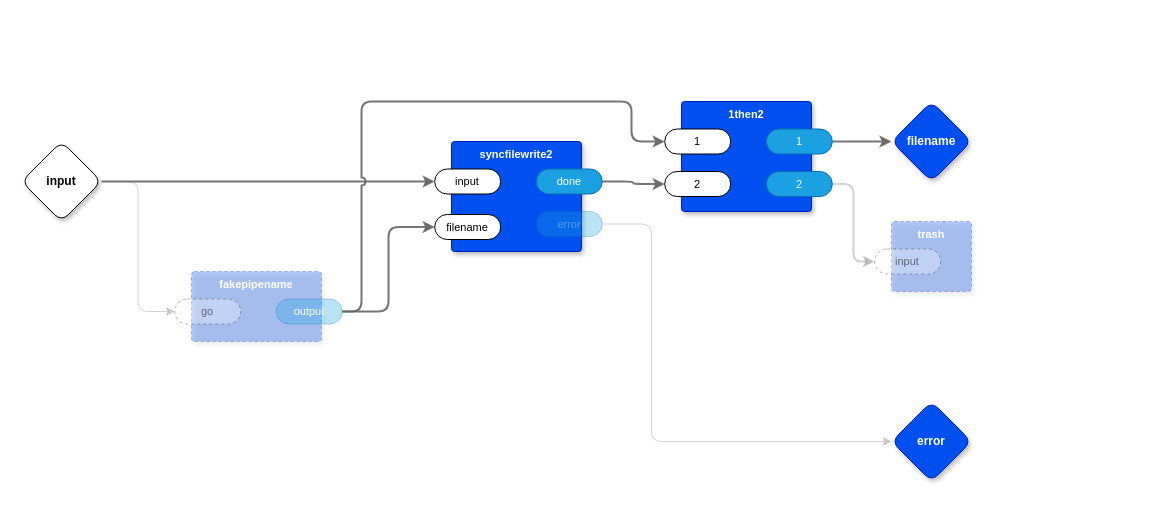
guitarvydas/transpiler keeps this draw.io diagram as page "fakepipe" (7 of 7) of prolog/test.drawio. Above is the earlier version. Source tidied: cells renumbered, new cells numbered last; positions are measured from the earlier drawing's top-left corner, leaving out a move shared by most shapes. Both pictures are drawn from the tidied source at 100%, with x=0, y=0 at pixel (21, 101).
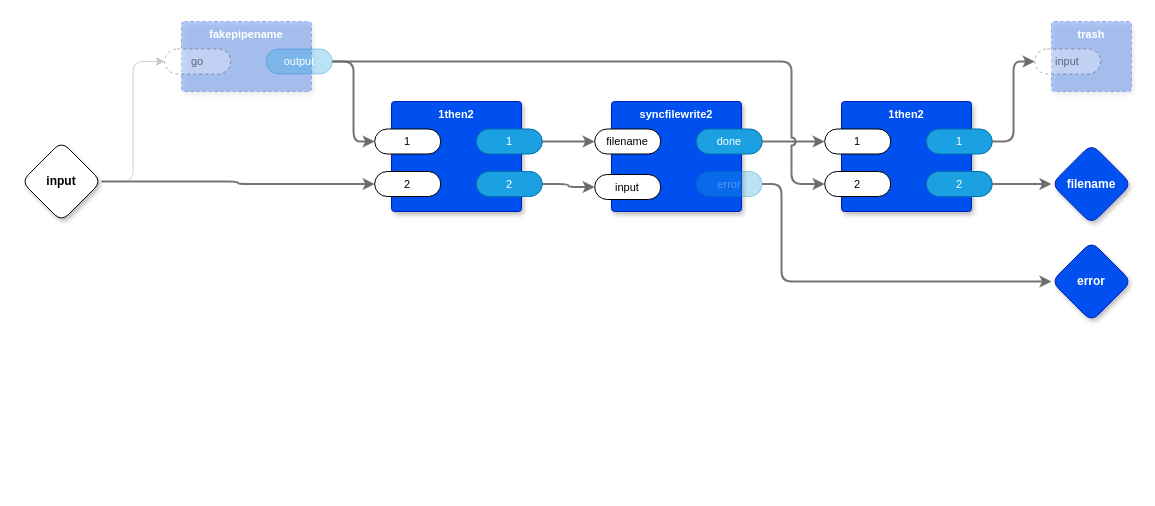
The same diagram, later.

Unchanged cells that the change refers to:
```xml
<mxCell id="4" value="error" style="rounded=1;whiteSpace=wrap;html=1;sketch=0;points=[[0,0.5,0,0,0],[1,0.5,0,0,0]];fillColor=#1ba1e2;fontColor=#ffffff;strokeColor=#006EAF;arcSize=50;fontFamily=Helvetica;fontSize=11;textOpacity=30;opacity=30;" parent="2" vertex="1">
  <mxGeometry x="84.8" y="70" width="66" height="25" as="geometry" />
</mxCell>
<mxCell id="6" value="done" style="rounded=1;whiteSpace=wrap;html=1;sketch=0;points=[[0,0.5,0,0,0],[1,0.5,0,0,0]];fillColor=#1ba1e2;fontColor=#ffffff;strokeColor=#006EAF;arcSize=50;fontFamily=Helvetica;fontSize=11;" parent="2" vertex="1">
  <mxGeometry x="84.8" y="27.5" width="66" height="25" as="geometry" />
</mxCell>
<mxCell id="9" value="output" style="rounded=1;whiteSpace=wrap;html=1;sketch=0;points=[[0,0.5,0,0,0],[1,0.5,0,0,0]];fillColor=#1ba1e2;fontColor=#ffffff;strokeColor=#006EAF;arcSize=50;fontFamily=Helvetica;fontSize=11;opacity=30;" parent="7" vertex="1">
  <mxGeometry x="84.8" y="27.5" width="66" height="25" as="geometry" />
</mxCell>
<mxCell id="13" value="input" style="rhombus;whiteSpace=wrap;html=1;rounded=1;fontStyle=1;glass=0;sketch=0;fontSize=12;points=[[0,0.5,0,0,0],[0.5,0,0,0,0],[0.5,1,0,0,0],[1,0.5,0,0,0]];shadow=1;fontFamily=Helvetica;fontColor=default;" parent="1" vertex="1">
  <mxGeometry y="40" width="80" height="80" as="geometry" />
</mxCell>
<mxCell id="18" value="1" style="rounded=1;whiteSpace=wrap;html=1;sketch=0;points=[[0,0.5,0,0,0],[1,0.5,0,0,0]];arcSize=50;fontFamily=Helvetica;fontSize=11;fontColor=default;" parent="17" vertex="1">
  <mxGeometry x="-16.8" y="27.5" width="66" height="25" as="geometry" />
</mxCell>
<mxCell id="19" value="1" style="rounded=1;whiteSpace=wrap;html=1;sketch=0;points=[[0,0.5,0,0,0],[1,0.5,0,0,0]];fillColor=#1ba1e2;fontColor=#ffffff;strokeColor=#006EAF;arcSize=50;fontFamily=Helvetica;fontSize=11;" parent="17" vertex="1">
  <mxGeometry x="84.8" y="27.5" width="66" height="25" as="geometry" />
</mxCell>
<mxCell id="20" value="2" style="rounded=1;whiteSpace=wrap;html=1;sketch=0;points=[[0,0.5,0,0,0],[1,0.5,0,0,0]];fillColor=#1ba1e2;fontColor=#ffffff;strokeColor=#006EAF;arcSize=50;fontFamily=Helvetica;fontSize=11;" parent="17" vertex="1">
  <mxGeometry x="84.8" y="70" width="66" height="25" as="geometry" />
</mxCell>
<mxCell id="21" value="2" style="rounded=1;whiteSpace=wrap;html=1;sketch=0;points=[[0,0.5,0,0,0],[1,0.5,0,0,0]];arcSize=50;fontFamily=Helvetica;fontSize=11;fontColor=default;" parent="17" vertex="1">
  <mxGeometry x="-16.8" y="70" width="66" height="25" as="geometry" />
</mxCell>
<mxCell id="26" value="input" style="rounded=1;whiteSpace=wrap;html=1;sketch=0;points=[[0,0.5,0,0,0],[1,0.5,0,0,0]];arcSize=50;fontFamily=Helvetica;fontSize=11;fontColor=default;dashed=1;textOpacity=50;opacity=30;" parent="25" vertex="1">
  <mxGeometry x="-16.8" y="27.5" width="66" height="25" as="geometry" />
</mxCell>
```

Change to the diagram source:
```diff
@@
     <mxCell id="2" value="syncfilewrite2" style="rounded=1;whiteSpace=wrap;html=1;sketch=0;verticalAlign=top;arcSize=6;fontStyle=1;absoluteArcSize=1;shadow=1;strokeColor=#001DBC;fillColor=#0050ef;fontColor=#ffffff;fontFamily=Helvetica;fontSize=11;" parent="1" vertex="1">
-      <mxGeometry x="430" y="40" width="130" height="110" as="geometry" />
+      <mxGeometry x="590" width="130" height="110" as="geometry" />
     </mxCell>
-    <mxCell id="3" value="input" style="rounded=1;whiteSpace=wrap;html=1;sketch=0;points=[[0,0.5,0,0,0],[1,0.5,0,0,0]];arcSize=50;fontFamily=Helvetica;fontSize=11;fontColor=default;" parent="2" vertex="1">
+    <mxCell id="3" value="filename" style="rounded=1;whiteSpace=wrap;html=1;sketch=0;points=[[0,0.5,0,0,0],[1,0.5,0,0,0]];arcSize=50;fontFamily=Helvetica;fontSize=11;fontColor=default;" parent="2" vertex="1">
       <mxGeometry x="-16.8" y="27.5" width="66" height="25" as="geometry" />
     </mxCell>
@@
-    <mxCell id="5" value="filename" style="rounded=1;whiteSpace=wrap;html=1;sketch=0;points=[[0,0.5,0,0,0],[1,0.5,0,0,0]];arcSize=50;fontFamily=Helvetica;fontSize=11;fontColor=default;" parent="2" vertex="1">
+    <mxCell id="5" value="input" style="rounded=1;whiteSpace=wrap;html=1;sketch=0;points=[[0,0.5,0,0,0],[1,0.5,0,0,0]];arcSize=50;fontFamily=Helvetica;fontSize=11;fontColor=default;" parent="2" vertex="1">
       <mxGeometry x="-16.8" y="73" width="66" height="25" as="geometry" />
     </mxCell>
@@
     <mxCell id="7" value="fakepipename" style="rounded=1;whiteSpace=wrap;html=1;sketch=0;verticalAlign=top;arcSize=6;fontStyle=1;absoluteArcSize=1;shadow=1;strokeColor=#001DBC;fillColor=#0050ef;fontColor=#ffffff;fontFamily=Helvetica;fontSize=11;dashed=1;opacity=30;" parent="1" vertex="1">
-      <mxGeometry x="170" y="170" width="130" height="70" as="geometry" />
+      <mxGeometry x="160" y="-80" width="130" height="70" as="geometry" />
     </mxCell>
@@
-    <mxCell id="10" style="edgeStyle=orthogonalEdgeStyle;shape=connector;rounded=1;jumpStyle=arc;jettySize=auto;html=1;exitX=1;exitY=0.5;exitDx=0;exitDy=0;exitPerimeter=0;entryX=0;entryY=0.5;entryDx=0;entryDy=0;entryPerimeter=0;labelBackgroundColor=default;strokeColor=#666666;strokeWidth=2;fontFamily=Helvetica;fontSize=11;fontColor=default;endArrow=classic;fillColor=#f5f5f5;opacity=90;" parent="1" edge="1" source="9" target="5">
-      <mxGeometry relative="1" as="geometry" />
-    </mxCell>
-    <mxCell id="11" style="edgeStyle=orthogonalEdgeStyle;shape=connector;rounded=1;jumpStyle=arc;jettySize=auto;html=1;exitX=1;exitY=0.5;exitDx=0;exitDy=0;exitPerimeter=0;entryX=0;entryY=0.5;entryDx=0;entryDy=0;entryPerimeter=0;labelBackgroundColor=default;strokeColor=#666666;strokeWidth=2;fontFamily=Helvetica;fontSize=11;fontColor=default;endArrow=classic;fillColor=#f5f5f5;opacity=90;" parent="1" edge="1" source="13" target="3">
-      <mxGeometry relative="1" as="geometry" />
-    </mxCell>
@@
+    <mxCell id="28" style="edgeStyle=orthogonalEdgeStyle;shape=connector;rounded=1;jumpStyle=arc;jettySize=auto;html=1;exitX=1;exitY=0.5;exitDx=0;exitDy=0;exitPerimeter=0;labelBackgroundColor=default;strokeColor=#666666;strokeWidth=2;fontFamily=Helvetica;fontSize=11;fontColor=default;endArrow=classic;fillColor=#f5f5f5;opacity=90;" parent="1" edge="1" source="13" target="21">
+      <mxGeometry relative="1" as="geometry" />
+    </mxCell>
@@
     <mxCell id="14" value="filename" style="rhombus;whiteSpace=wrap;html=1;rounded=1;fillColor=#0050ef;fontColor=#ffffff;strokeColor=#001DBC;fontStyle=1;glass=0;sketch=0;fontSize=12;points=[[0,0.5,0,0,0],[0.5,0,0,0,0],[0.5,1,0,0,0],[1,0.5,0,0,0]];shadow=1;fontFamily=Helvetica;" parent="1" vertex="1">
-      <mxGeometry x="870" width="80" height="80" as="geometry" />
+      <mxGeometry x="1030" y="42.5" width="80" height="80" as="geometry" />
     </mxCell>
     <mxCell id="15" value="error" style="rhombus;whiteSpace=wrap;html=1;rounded=1;fillColor=#0050ef;fontColor=#ffffff;strokeColor=#001DBC;fontStyle=1;glass=0;sketch=0;fontSize=12;points=[[0,0.5,0,0,0],[0.5,0,0,0,0],[0.5,1,0,0,0],[1,0.5,0,0,0]];shadow=1;fontFamily=Helvetica;" parent="1" vertex="1">
-      <mxGeometry x="870" y="300" width="80" height="80" as="geometry" />
+      <mxGeometry x="1030" y="140" width="80" height="80" as="geometry" />
     </mxCell>
-    <mxCell id="16" style="edgeStyle=orthogonalEdgeStyle;shape=connector;rounded=1;jumpStyle=arc;jettySize=auto;html=1;exitX=1;exitY=0.5;exitDx=0;exitDy=0;exitPerimeter=0;entryX=0;entryY=0.5;entryDx=0;entryDy=0;entryPerimeter=0;labelBackgroundColor=default;strokeColor=#666666;strokeWidth=1;fontFamily=Helvetica;fontSize=11;fontColor=default;endArrow=classic;fillColor=#f5f5f5;opacity=30;" parent="1" edge="1" source="4" target="15">
-      <mxGeometry relative="1" as="geometry">
-        <Array as="points">
-          <mxPoint x="630" y="123" />
-          <mxPoint x="630" y="340" />
-        </Array>
-      </mxGeometry>
-    </mxCell>
     <mxCell id="17" value="1then2" style="rounded=1;whiteSpace=wrap;html=1;sketch=0;verticalAlign=top;arcSize=6;fontStyle=1;absoluteArcSize=1;shadow=1;strokeColor=#001DBC;fillColor=#0050ef;fontColor=#ffffff;fontFamily=Helvetica;fontSize=11;" parent="1" vertex="1">
-      <mxGeometry x="660" width="130" height="110" as="geometry" />
+      <mxGeometry x="370" width="130" height="110" as="geometry" />
     </mxCell>
@@
-    <mxCell id="22" style="edgeStyle=orthogonalEdgeStyle;shape=connector;rounded=1;jumpStyle=arc;jettySize=auto;html=1;exitX=1;exitY=0.5;exitDx=0;exitDy=0;exitPerimeter=0;entryX=0;entryY=0.5;entryDx=0;entryDy=0;entryPerimeter=0;labelBackgroundColor=default;strokeColor=#666666;strokeWidth=2;fontFamily=Helvetica;fontSize=11;fontColor=default;endArrow=classic;fillColor=#f5f5f5;opacity=90;" parent="1" edge="1" source="6" target="21">
-      <mxGeometry relative="1" as="geometry" />
-    </mxCell>
-    <mxCell id="23" style="edgeStyle=orthogonalEdgeStyle;shape=connector;rounded=1;jumpStyle=arc;jettySize=auto;html=1;exitX=1;exitY=0.5;exitDx=0;exitDy=0;exitPerimeter=0;entryX=0;entryY=0.5;entryDx=0;entryDy=0;entryPerimeter=0;labelBackgroundColor=default;strokeColor=#666666;strokeWidth=2;fontFamily=Helvetica;fontSize=11;fontColor=default;endArrow=classic;fillColor=#f5f5f5;opacity=90;" parent="1" edge="1" source="9" target="18">
-      <mxGeometry relative="1" as="geometry">
-        <Array as="points">
-          <mxPoint x="340" y="210" />
-          <mxPoint x="340" />
-          <mxPoint x="610" />
-          <mxPoint x="610" y="40" />
-        </Array>
-      </mxGeometry>
-    </mxCell>
-    <mxCell id="24" style="edgeStyle=orthogonalEdgeStyle;shape=connector;rounded=1;jumpStyle=arc;jettySize=auto;html=1;exitX=1;exitY=0.5;exitDx=0;exitDy=0;exitPerimeter=0;labelBackgroundColor=default;strokeColor=#666666;strokeWidth=2;fontFamily=Helvetica;fontSize=11;fontColor=default;endArrow=classic;fillColor=#f5f5f5;opacity=90;" parent="1" edge="1" source="19" target="14">
-      <mxGeometry relative="1" as="geometry" />
-    </mxCell>
     <mxCell id="25" value="trash" style="rounded=1;whiteSpace=wrap;html=1;sketch=0;verticalAlign=top;arcSize=6;fontStyle=1;absoluteArcSize=1;shadow=1;strokeColor=#001DBC;fillColor=#0050ef;fontColor=#ffffff;fontFamily=Helvetica;fontSize=11;dashed=1;opacity=30;" parent="1" vertex="1">
-      <mxGeometry x="870" y="120" width="80" height="70" as="geometry" />
+      <mxGeometry x="1030" y="-80" width="80" height="70" as="geometry" />
     </mxCell>
@@
-    <mxCell id="27" style="edgeStyle=orthogonalEdgeStyle;shape=connector;rounded=1;jumpStyle=arc;jettySize=auto;html=1;exitX=1;exitY=0.5;exitDx=0;exitDy=0;exitPerimeter=0;entryX=0;entryY=0.5;entryDx=0;entryDy=0;entryPerimeter=0;labelBackgroundColor=default;strokeColor=#666666;strokeWidth=2;fontFamily=Helvetica;fontSize=11;fontColor=default;endArrow=classic;fillColor=#f5f5f5;opacity=30;" parent="1" edge="1" source="20" target="26">
-      <mxGeometry relative="1" as="geometry" />
-    </mxCell>
+    <mxCell id="23" style="edgeStyle=orthogonalEdgeStyle;shape=connector;rounded=1;jumpStyle=arc;jettySize=auto;html=1;exitX=1;exitY=0.5;exitDx=0;exitDy=0;exitPerimeter=0;entryX=0;entryY=0.5;entryDx=0;entryDy=0;entryPerimeter=0;labelBackgroundColor=default;strokeColor=#666666;strokeWidth=2;fontFamily=Helvetica;fontSize=11;fontColor=default;endArrow=classic;fillColor=#f5f5f5;opacity=90;" parent="1" edge="1" source="9" target="18">
+      <mxGeometry relative="1" as="geometry" />
+    </mxCell>
+    <mxCell id="29" style="edgeStyle=orthogonalEdgeStyle;shape=connector;rounded=1;jumpStyle=arc;jettySize=auto;html=1;exitX=1;exitY=0.5;exitDx=0;exitDy=0;exitPerimeter=0;entryX=0;entryY=0.5;entryDx=0;entryDy=0;entryPerimeter=0;labelBackgroundColor=default;strokeColor=#666666;strokeWidth=2;fontFamily=Helvetica;fontSize=11;fontColor=default;endArrow=classic;fillColor=#f5f5f5;opacity=90;" parent="1" edge="1" source="19" target="3">
+      <mxGeometry relative="1" as="geometry" />
+    </mxCell>
+    <mxCell id="30" style="edgeStyle=orthogonalEdgeStyle;shape=connector;rounded=1;jumpStyle=arc;jettySize=auto;html=1;exitX=1;exitY=0.5;exitDx=0;exitDy=0;exitPerimeter=0;entryX=0;entryY=0.5;entryDx=0;entryDy=0;entryPerimeter=0;labelBackgroundColor=default;strokeColor=#666666;strokeWidth=2;fontFamily=Helvetica;fontSize=11;fontColor=default;endArrow=classic;fillColor=#f5f5f5;opacity=90;" parent="1" edge="1" source="20" target="5">
+      <mxGeometry relative="1" as="geometry" />
+    </mxCell>
+    <mxCell id="31" value="1then2" style="rounded=1;whiteSpace=wrap;html=1;sketch=0;verticalAlign=top;arcSize=6;fontStyle=1;absoluteArcSize=1;shadow=1;strokeColor=#001DBC;fillColor=#0050ef;fontColor=#ffffff;fontFamily=Helvetica;fontSize=11;" parent="1" vertex="1">
+      <mxGeometry x="820" width="130" height="110" as="geometry" />
+    </mxCell>
+    <mxCell id="32" value="1" style="rounded=1;whiteSpace=wrap;html=1;sketch=0;points=[[0,0.5,0,0,0],[1,0.5,0,0,0]];arcSize=50;fontFamily=Helvetica;fontSize=11;fontColor=default;" parent="31" vertex="1">
+      <mxGeometry x="-16.8" y="27.5" width="66" height="25" as="geometry" />
+    </mxCell>
+    <mxCell id="33" value="1" style="rounded=1;whiteSpace=wrap;html=1;sketch=0;points=[[0,0.5,0,0,0],[1,0.5,0,0,0]];fillColor=#1ba1e2;fontColor=#ffffff;strokeColor=#006EAF;arcSize=50;fontFamily=Helvetica;fontSize=11;" parent="31" vertex="1">
+      <mxGeometry x="84.8" y="27.5" width="66" height="25" as="geometry" />
+    </mxCell>
+    <mxCell id="34" value="2" style="rounded=1;whiteSpace=wrap;html=1;sketch=0;points=[[0,0.5,0,0,0],[1,0.5,0,0,0]];fillColor=#1ba1e2;fontColor=#ffffff;strokeColor=#006EAF;arcSize=50;fontFamily=Helvetica;fontSize=11;" parent="31" vertex="1">
+      <mxGeometry x="84.8" y="70" width="66" height="25" as="geometry" />
+    </mxCell>
+    <mxCell id="35" value="2" style="rounded=1;whiteSpace=wrap;html=1;sketch=0;points=[[0,0.5,0,0,0],[1,0.5,0,0,0]];arcSize=50;fontFamily=Helvetica;fontSize=11;fontColor=default;" parent="31" vertex="1">
+      <mxGeometry x="-16.8" y="70" width="66" height="25" as="geometry" />
+    </mxCell>
+    <mxCell id="36" style="edgeStyle=orthogonalEdgeStyle;shape=connector;rounded=1;jumpStyle=arc;jettySize=auto;html=1;exitX=1;exitY=0.5;exitDx=0;exitDy=0;exitPerimeter=0;entryX=0;entryY=0.5;entryDx=0;entryDy=0;entryPerimeter=0;labelBackgroundColor=default;strokeColor=#666666;strokeWidth=2;fontFamily=Helvetica;fontSize=11;fontColor=default;endArrow=classic;fillColor=#f5f5f5;opacity=90;" parent="1" edge="1" source="6" target="32">
+      <mxGeometry relative="1" as="geometry" />
+    </mxCell>
+    <mxCell id="37" style="edgeStyle=orthogonalEdgeStyle;shape=connector;rounded=1;jumpStyle=arc;jettySize=auto;html=1;exitX=1;exitY=0.5;exitDx=0;exitDy=0;exitPerimeter=0;entryX=0;entryY=0.5;entryDx=0;entryDy=0;entryPerimeter=0;labelBackgroundColor=default;strokeColor=#666666;strokeWidth=2;fontFamily=Helvetica;fontSize=11;fontColor=default;endArrow=classic;fillColor=#f5f5f5;opacity=90;" parent="1" edge="1" source="34" target="14">
+      <mxGeometry relative="1" as="geometry" />
+    </mxCell>
+    <mxCell id="38" style="edgeStyle=orthogonalEdgeStyle;shape=connector;rounded=1;jumpStyle=arc;jettySize=auto;html=1;exitX=1;exitY=0.5;exitDx=0;exitDy=0;exitPerimeter=0;entryX=0;entryY=0.5;entryDx=0;entryDy=0;entryPerimeter=0;labelBackgroundColor=default;strokeColor=#666666;strokeWidth=2;fontFamily=Helvetica;fontSize=11;fontColor=default;endArrow=classic;fillColor=#f5f5f5;opacity=90;" parent="1" edge="1" source="33" target="26">
+      <mxGeometry relative="1" as="geometry" />
+    </mxCell>
+    <mxCell id="16" style="edgeStyle=orthogonalEdgeStyle;shape=connector;rounded=1;jumpStyle=arc;jettySize=auto;html=1;exitX=1;exitY=0.5;exitDx=0;exitDy=0;exitPerimeter=0;entryX=0;entryY=0.5;entryDx=0;entryDy=0;entryPerimeter=0;labelBackgroundColor=default;strokeColor=#666666;strokeWidth=2;fontFamily=Helvetica;fontSize=11;fontColor=default;endArrow=classic;fillColor=#f5f5f5;opacity=90;" parent="1" edge="1" source="4" target="15">
+      <mxGeometry relative="1" as="geometry">
+        <Array as="points">
+          <mxPoint x="760" y="83" />
+          <mxPoint x="760" y="180" />
+        </Array>
+      </mxGeometry>
+    </mxCell>
+    <mxCell id="39" style="edgeStyle=orthogonalEdgeStyle;shape=connector;rounded=1;jumpStyle=arc;jettySize=auto;html=1;exitX=1;exitY=0.5;exitDx=0;exitDy=0;exitPerimeter=0;entryX=0;entryY=0.5;entryDx=0;entryDy=0;entryPerimeter=0;labelBackgroundColor=default;strokeColor=#666666;strokeWidth=2;fontFamily=Helvetica;fontSize=11;fontColor=default;endArrow=classic;fillColor=#f5f5f5;opacity=90;" parent="1" edge="1" source="9" target="35">
+      <mxGeometry relative="1" as="geometry">
+        <Array as="points">
+          <mxPoint x="770" y="-40" />
+          <mxPoint x="770" y="83" />
+        </Array>
+      </mxGeometry>
+    </mxCell>
```
